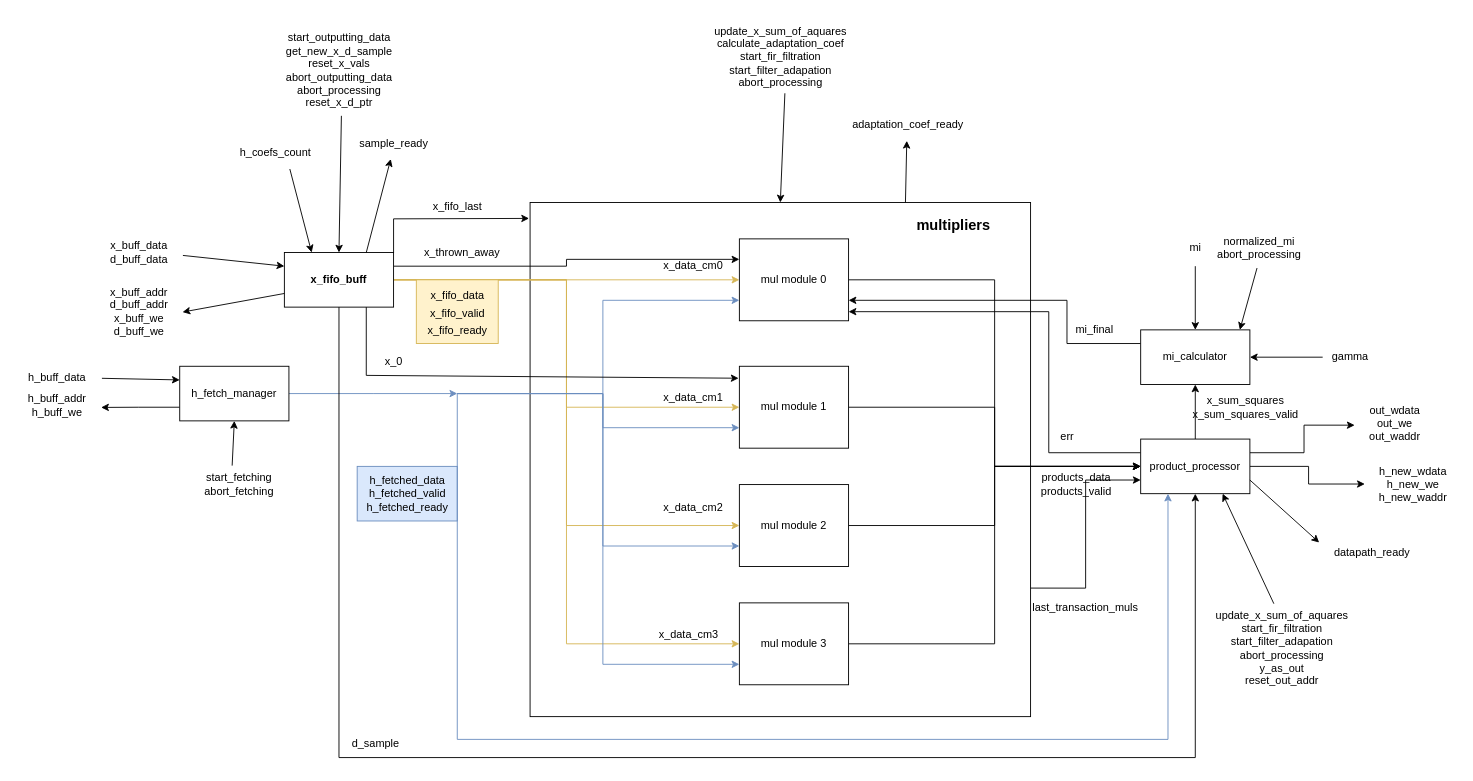
Earlier version of the draw.io diagram docs/datapath.drawio (Nowiczok/nlms_filter_acc). Source tidied: cells renumbered, new cells numbered last; positions are measured from the earlier drawing's top-left corner, leaving out a move shared by most shapes. Both pictures are drawn from the tidied source at 91%, with x=0, y=0 at pixel (15, 15).
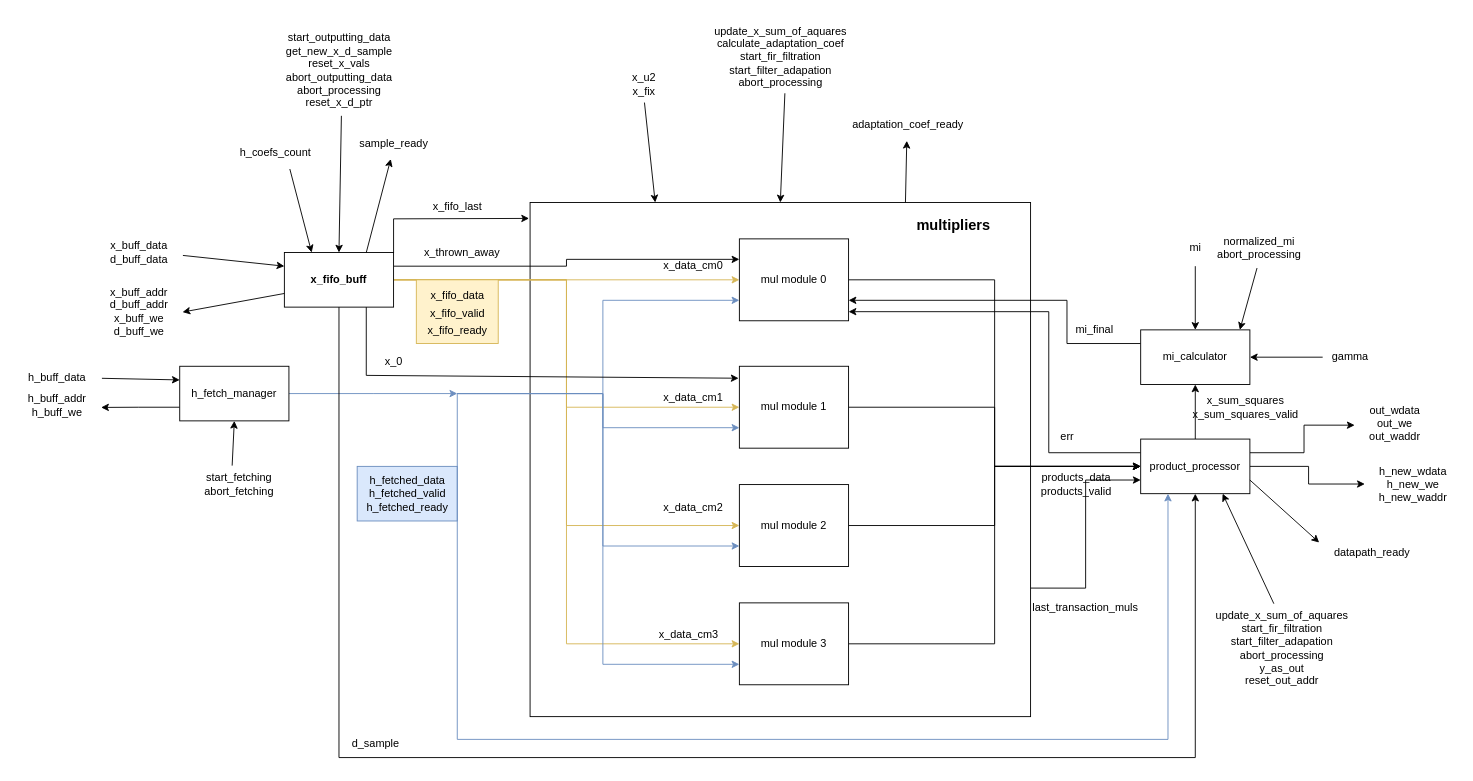
The same page after the edit.

The change refers to these unchanged cells:
```xml
<mxCell id="3" style="rounded=0;whiteSpace=wrap;html=1;" parent="1" vertex="1">
  <mxGeometry x="565" y="205" width="550" height="565" as="geometry" />
</mxCell>
```

The edit, as a diff of the source:
```diff
@@
+    <mxCell id="83" style="endArrow=classic;html=1;rounded=0;entryX=0.25;entryY=0;entryDx=0;entryDy=0;exitX=0.514;exitY=1.005;exitDx=0;exitDy=0;exitPerimeter=0;" parent="1" edge="1" source="84" target="3">
+      <mxGeometry relative="1" as="geometry" />
+    </mxCell>
+    <mxCell id="84" value="x_u2&lt;br&gt;x_fix" style="text;html=1;align=center;verticalAlign=middle;points=[];strokeColor=none;fillColor=none;" parent="1" vertex="1">
+      <mxGeometry x="665" y="55" width="50" height="40" as="geometry" />
+    </mxCell>
```
